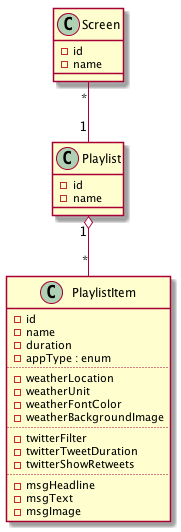
This is plantuml.png from maikschneider/screenapp, a PlantUML export, as it was before one commit.
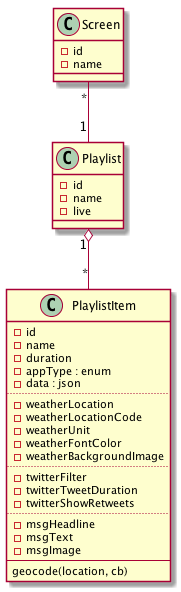
The same file after the commit.

Commit message:
Update uml diagram

Diff of the diagram source:
```diff
@@ -10,6 +10,7 @@
 class Playlist {
 	- id
 	- name
+	- live
 }
 
 Playlist "1" o-- "*" PlaylistItem
@@ -19,8 +20,10 @@
 	- name
 	- duration
 	- appType : enum
+	- data : json
 	..
 	- weatherLocation
+	- weatherLocationCode
 	- weatherUnit
 	- weatherFontColor
 	- weatherBackgroundImage
@@ -32,6 +35,9 @@
 	- msgHeadline
 	- msgText
 	- msgImage
+	--
+	geocode(location, cb)
+
 }
 
 @enduml
```
